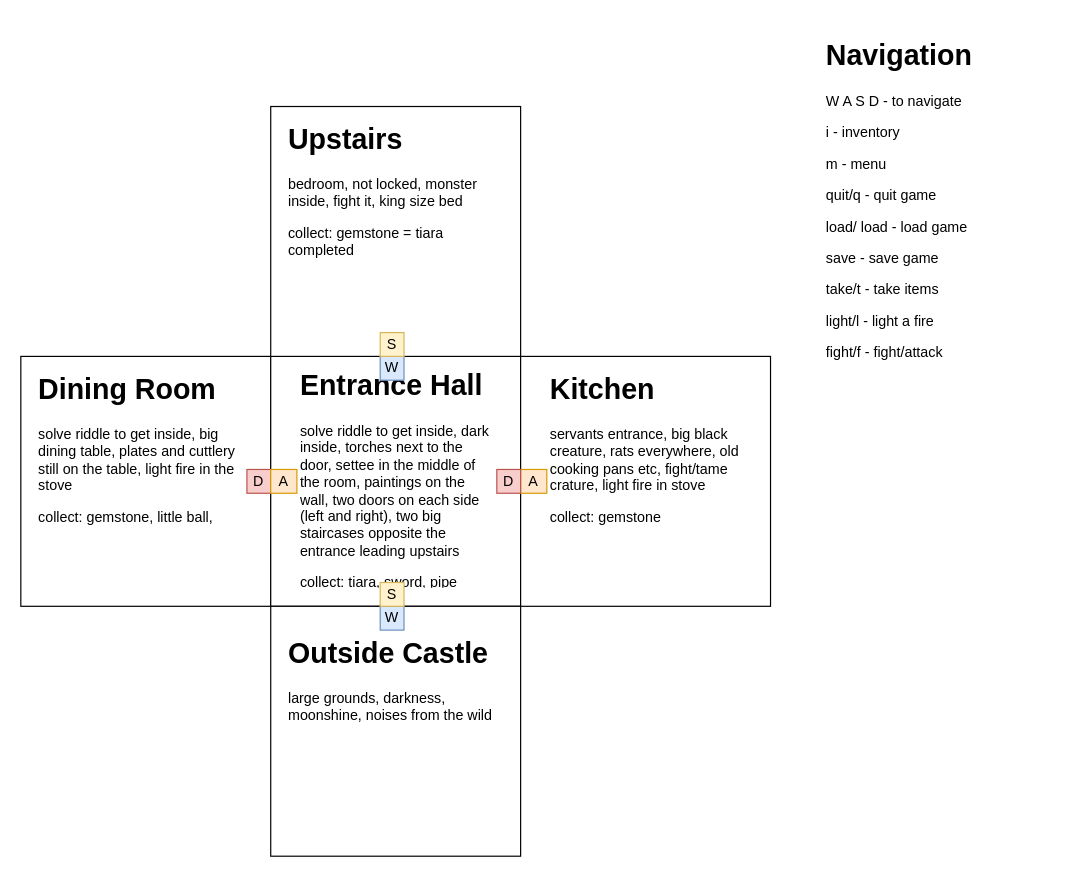
Earlier version of the draw.io diagram page "map" (1 of 7) of Documentation/Word Adventure.drawio (Lichtfarbenspiel/Text-Adventure). Source tidied: cells renumbered, new cells numbered last; positions are measured from the earlier drawing's top-left corner, leaving out a move shared by most shapes. Both pictures are drawn from the tidied source at 119%, with x=0, y=0 at pixel (20, 32).
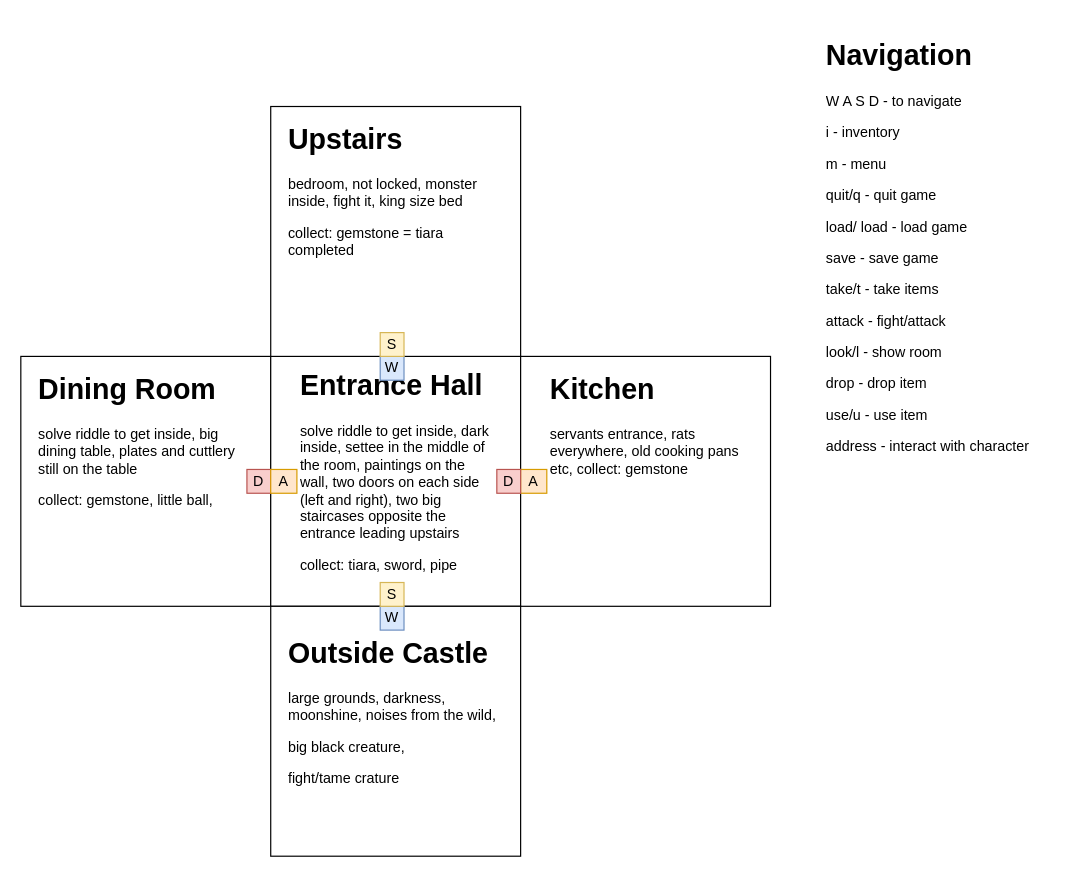
Above is the later version.

Change to the diagram source:
```diff
@@
-    <mxCell id="7" value="&lt;h1&gt;Kitchen&lt;/h1&gt;&lt;p&gt;servants entrance, big black creature, rats everywhere, old cooking pans etc, fight/tame crature, light fire in stove&lt;/p&gt;&lt;p&gt;collect: gemstone&lt;br&gt;&lt;/p&gt;" style="text;html=1;strokeColor=none;fillColor=none;spacing=5;spacingTop=-20;whiteSpace=wrap;overflow=hidden;rounded=0;" parent="1" vertex="1">
+    <mxCell id="7" value="&lt;h1&gt;Kitchen&lt;/h1&gt;&lt;p&gt;servants entrance, rats everywhere, old cooking pans etc,&amp;nbsp;&lt;span&gt;collect: gemstone&lt;/span&gt;&lt;/p&gt;" style="text;html=1;strokeColor=none;fillColor=none;spacing=5;spacingTop=-20;whiteSpace=wrap;overflow=hidden;rounded=0;" parent="1" vertex="1">
       <mxGeometry x="440" y="280" width="190" height="190" as="geometry" />
     </mxCell>
-    <mxCell id="8" value="&lt;p style=&quot;line-height: 70%&quot;&gt;&lt;/p&gt;&lt;h1&gt;Entrance Hall&lt;/h1&gt;&lt;p&gt;solve riddle to get inside, dark inside, torches next to the door, settee in the middle of the room, paintings on the wall, two doors on each side (left and right), two big staircases opposite the entrance leading upstairs&lt;/p&gt;&lt;p&gt;collect: tiara, sword, pipe&amp;nbsp;&lt;/p&gt;&lt;p&gt;&lt;/p&gt;" style="text;html=1;strokeColor=none;fillColor=none;spacing=5;spacingTop=-20;whiteSpace=wrap;overflow=hidden;rounded=0;" parent="1" vertex="1">
+    <mxCell id="8" value="&lt;p style=&quot;line-height: 70%&quot;&gt;&lt;/p&gt;&lt;h1&gt;Entrance Hall&lt;/h1&gt;&lt;p&gt;solve riddle to get inside, dark inside, settee in the middle of the room, paintings on the wall, two doors on each side (left and right), two big staircases opposite the entrance leading upstairs&lt;/p&gt;&lt;p&gt;collect: tiara, sword, pipe&amp;nbsp;&lt;/p&gt;&lt;p&gt;&lt;/p&gt;" style="text;html=1;strokeColor=none;fillColor=none;spacing=5;spacingTop=-20;whiteSpace=wrap;overflow=hidden;rounded=0;" parent="1" vertex="1">
       <mxGeometry x="230" y="277" width="172" height="190" as="geometry" />
     </mxCell>
-    <mxCell id="9" value="&lt;h1&gt;Outside Castle&lt;/h1&gt;&lt;p&gt;large grounds, darkness, moonshine, noises from the wild&lt;/p&gt;" style="text;html=1;strokeColor=none;fillColor=none;spacing=5;spacingTop=-20;whiteSpace=wrap;overflow=hidden;rounded=0;" parent="1" vertex="1">
-      <mxGeometry x="220" y="502" width="190" height="120" as="geometry" />
+    <mxCell id="9" value="&lt;h1&gt;Outside Castle&lt;/h1&gt;&lt;p&gt;large grounds, darkness, moonshine, noises from the wild,&amp;nbsp;&lt;/p&gt;big black creature,&lt;p&gt;fight/tame crature&lt;br&gt;&lt;/p&gt;" style="text;html=1;strokeColor=none;fillColor=none;spacing=5;spacingTop=-20;whiteSpace=wrap;overflow=hidden;rounded=0;" parent="1" vertex="1">
+      <mxGeometry x="220" y="502" width="190" height="158" as="geometry" />
     </mxCell>
-    <mxCell id="10" value="&lt;h1&gt;Dining Room&lt;/h1&gt;&lt;p&gt;solve riddle to get inside, big dining table, plates and cuttlery still on the table, light fire in the stove&lt;/p&gt;&lt;p&gt;collect: gemstone, little ball,&amp;nbsp;&lt;/p&gt;" style="text;html=1;strokeColor=none;fillColor=none;spacing=5;spacingTop=-20;whiteSpace=wrap;overflow=hidden;rounded=0;" parent="1" vertex="1">
+    <mxCell id="10" value="&lt;h1&gt;Dining Room&lt;/h1&gt;&lt;p&gt;solve riddle to get inside, big dining table, plates and cuttlery still on the table&lt;/p&gt;&lt;p&gt;collect: gemstone, little ball,&amp;nbsp;&lt;/p&gt;" style="text;html=1;strokeColor=none;fillColor=none;spacing=5;spacingTop=-20;whiteSpace=wrap;overflow=hidden;rounded=0;" parent="1" vertex="1">
       <mxGeometry x="10" y="280" width="190" height="170" as="geometry" />
     </mxCell>
@@
-    <mxCell id="12" value="&lt;h1&gt;Navigation&lt;/h1&gt;&lt;p&gt;W A S D - to navigate&lt;/p&gt;&lt;p&gt;i - inventory&lt;/p&gt;&lt;p&gt;m - menu&lt;/p&gt;&lt;p&gt;quit/q - quit game&lt;/p&gt;&lt;p&gt;load/ load - load game&lt;/p&gt;&lt;p&gt;save - save game&lt;/p&gt;&lt;p&gt;take/t - take items&lt;/p&gt;&lt;p&gt;light/l - light a fire&lt;/p&gt;&lt;p&gt;fight/f - fight/attack&lt;/p&gt;&lt;p&gt;&lt;br&gt;&lt;/p&gt;" style="text;html=1;strokeColor=none;fillColor=none;spacing=5;spacingTop=-20;whiteSpace=wrap;overflow=hidden;rounded=0;" parent="1" vertex="1">
-      <mxGeometry x="672" width="190" height="310" as="geometry" />
+    <mxCell id="12" value="&lt;h1&gt;Navigation&lt;/h1&gt;&lt;p&gt;W A S D - to navigate&lt;/p&gt;&lt;p&gt;i - inventory&lt;/p&gt;&lt;p&gt;m - menu&lt;/p&gt;&lt;p&gt;quit/q - quit game&lt;/p&gt;&lt;p&gt;load/ load - load game&lt;/p&gt;&lt;p&gt;save - save game&lt;/p&gt;&lt;p&gt;take/t - take items&lt;/p&gt;&lt;p&gt;&lt;span&gt;attack - fight/attack&lt;/span&gt;&lt;br&gt;&lt;/p&gt;&lt;p&gt;look/l - show room&lt;/p&gt;&lt;p&gt;drop - drop item&lt;/p&gt;&lt;p&gt;use/u - use item&lt;/p&gt;&lt;p&gt;address - interact with character&lt;/p&gt;" style="text;html=1;strokeColor=none;fillColor=none;spacing=5;spacingTop=-20;whiteSpace=wrap;overflow=hidden;rounded=0;" parent="1" vertex="1">
+      <mxGeometry x="672" width="190" height="460" as="geometry" />
     </mxCell>
```
